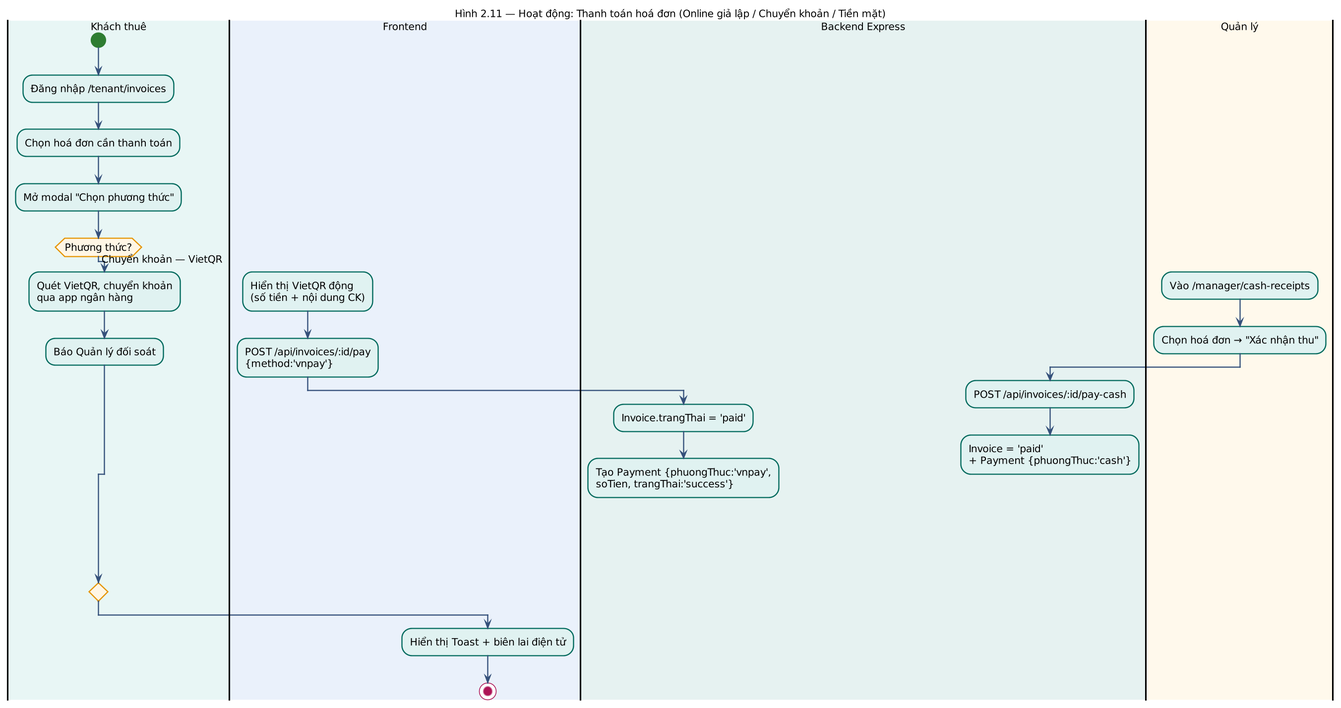
Earlier version of the PlantUML export docs/diagrams/png/2.11_act_payment.png (DiepTuHuy/Hostel_Management). Its diagram source:
```plantuml
@startuml Act_Payment
title Hình 2.11 — Hoạt động: Thanh toán hoá đơn (Online giả lập / Chuyển khoản / Tiền mặt)

skinparam dpi 150
skinparam shadowing false
skinparam defaultFontName "Segoe UI"
skinparam defaultFontSize 13
skinparam ArrowColor #34507A
skinparam activity {
  BackgroundColor #E0F2F1
  BorderColor #00695C
  DiamondBackgroundColor #FFF6E5
  DiamondBorderColor #E59300
  StartColor #2E7D32
  EndColor #AD1457
}

|#E8F6F5|Khách thuê|
start
:Đăng nhập /tenant/invoices;
:Chọn hoá đơn cần thanh toán;
:Mở modal "Chọn phương thức";

switch (Phương thức?)
case (Online — giả lập)
  |#EAF1FB|Frontend|
  :Hiển thị VietQR động\n(số tiền + nội dung CK);
  :POST /api/invoices/:id/pay\n{method:'vnpay'};
  |#E6F2F1|Backend Express|
  :Invoice.trangThai = 'paid';
  :Tạo Payment {phuongThuc:'vnpay',\nsoTien, trangThai:'success'};
  note right
    v1 (giả lập): chỉ đánh dấu đã thanh toán
    + ghi Payment. v2: tích hợp VNPay/MoMo
    thật (HMAC-SHA512 + IPN callback).
  end note
case (Chuyển khoản — VietQR)
  |#E8F6F5|Khách thuê|
  :Quét VietQR, chuyển khoản\nqua app ngân hàng;
  :Báo Quản lý đối soát;
case (Tiền mặt)
  |#FFF9EC|Quản lý|
  :Vào /manager/cash-receipts;
  :Chọn hoá đơn → "Xác nhận thu";
  |#E6F2F1|Backend Express|
  :POST /api/invoices/:id/pay-cash;
  :Invoice = 'paid'\n+ Payment {phuongThuc:'cash'};
endswitch

|#EAF1FB|Frontend|
:Hiển thị Toast + biên lai điện tử;
stop

@enduml
```
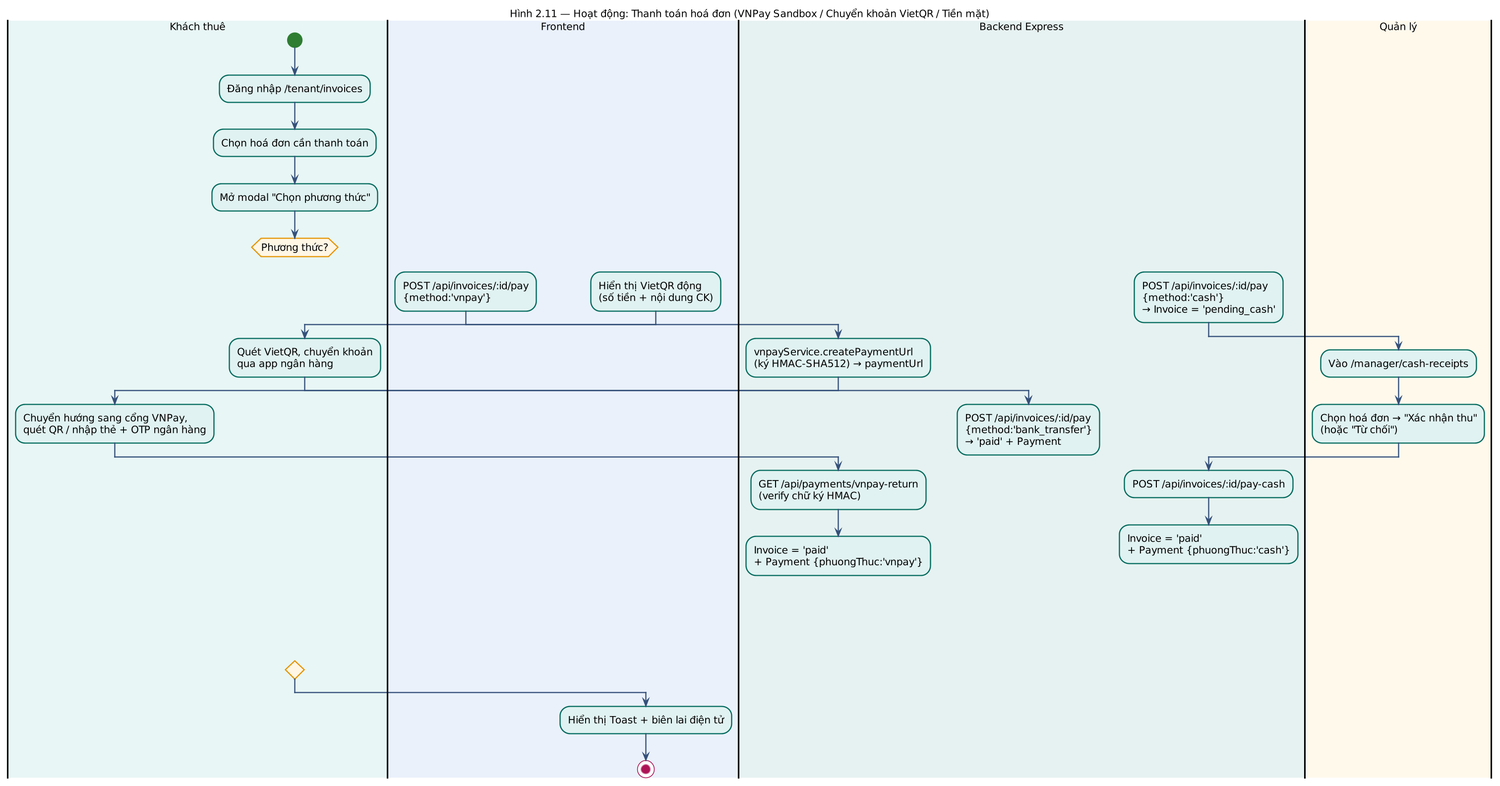
After the commit.

The edit, as a diff of the source:
```diff
@@ -1,5 +1,5 @@
 @startuml Act_Payment
-title Hình 2.11 — Hoạt động: Thanh toán hoá đơn (Online giả lập / Chuyển khoản / Tiền mặt)
+title Hình 2.11 — Hoạt động: Thanh toán hoá đơn (VNPay Sandbox / Chuyển khoản VietQR / Tiền mặt)
 
 skinparam dpi 150
 skinparam shadowing false
@@ -22,26 +22,35 @@
 :Mở modal "Chọn phương thức";
 
 switch (Phương thức?)
-case (Online — giả lập)
+case (Ví VNPay — Sandbox thật)
+  |#EAF1FB|Frontend|
+  :POST /api/invoices/:id/pay\n{method:'vnpay'};
+  |#E6F2F1|Backend Express|
+  :vnpayService.createPaymentUrl\n(ký HMAC-SHA512) → paymentUrl;
+  |#E8F6F5|Khách thuê|
+  :Chuyển hướng sang cổng VNPay,\nquét QR / nhập thẻ + OTP ngân hàng;
+  |#E6F2F1|Backend Express|
+  :GET /api/payments/vnpay-return\n(verify chữ ký HMAC);
+  :Invoice = 'paid'\n+ Payment {phuongThuc:'vnpay'};
+  note right
+    Đã tích hợp thật (VNPay Sandbox):
+    sinh URL ký HMAC-SHA512, callback
+    vnpay-return + vnpay-ipn đối soát,
+    trang kết quả PaymentReturnPage.
+  end note
+case (Chuyển khoản — VietQR)
   |#EAF1FB|Frontend|
   :Hiển thị VietQR động\n(số tiền + nội dung CK);
-  :POST /api/invoices/:id/pay\n{method:'vnpay'};
-  |#E6F2F1|Backend Express|
-  :Invoice.trangThai = 'paid';
-  :Tạo Payment {phuongThuc:'vnpay',\nsoTien, trangThai:'success'};
-  note right
-    v1 (giả lập): chỉ đánh dấu đã thanh toán
-    + ghi Payment. v2: tích hợp VNPay/MoMo
-    thật (HMAC-SHA512 + IPN callback).
-  end note
-case (Chuyển khoản — VietQR)
   |#E8F6F5|Khách thuê|
   :Quét VietQR, chuyển khoản\nqua app ngân hàng;
-  :Báo Quản lý đối soát;
+  |#E6F2F1|Backend Express|
+  :POST /api/invoices/:id/pay\n{method:'bank_transfer'}\n→ 'paid' + Payment;
 case (Tiền mặt)
+  |#E6F2F1|Backend Express|
+  :POST /api/invoices/:id/pay\n{method:'cash'}\n→ Invoice = 'pending_cash';
   |#FFF9EC|Quản lý|
   :Vào /manager/cash-receipts;
-  :Chọn hoá đơn → "Xác nhận thu";
+  :Chọn hoá đơn → "Xác nhận thu"\n(hoặc "Từ chối");
   |#E6F2F1|Backend Express|
   :POST /api/invoices/:id/pay-cash;
   :Invoice = 'paid'\n+ Payment {phuongThuc:'cash'};
```
